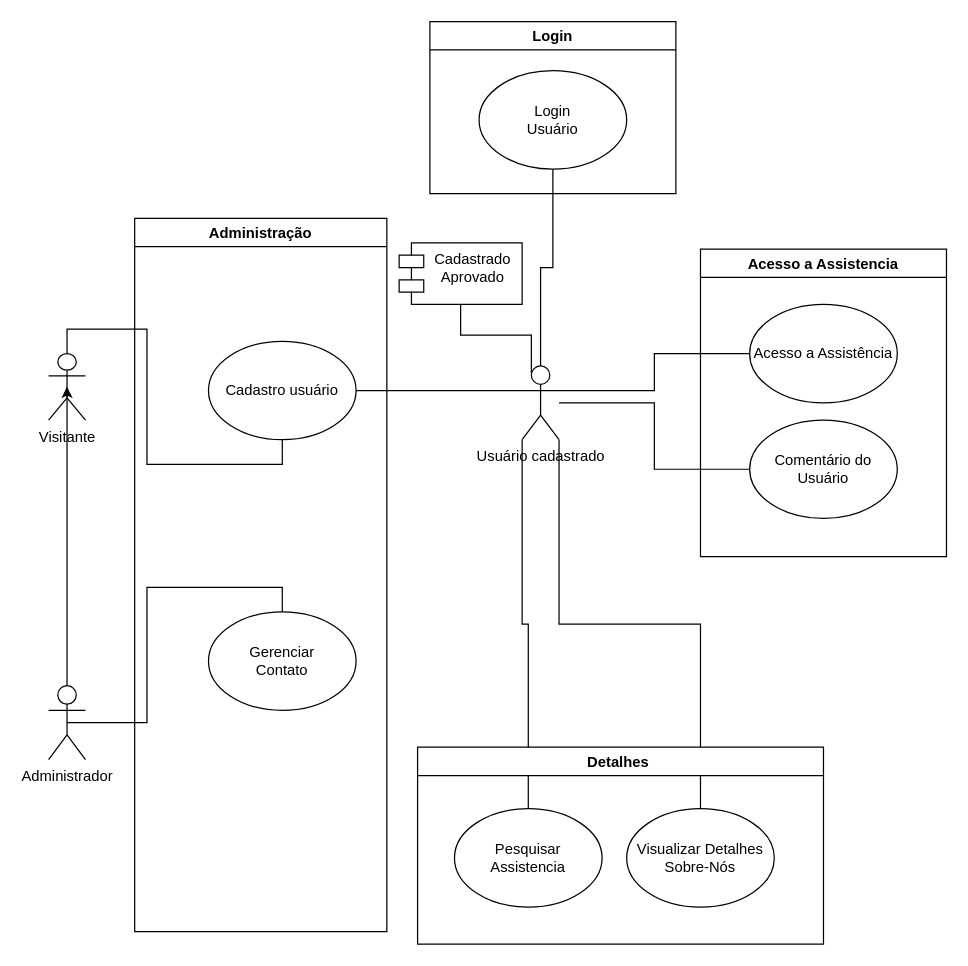
Earlier version of the draw.io diagram page "Página-1" (1 of 3) of Questões/Diagrama sem título.drawio (FlavioCandidoSilva/2020_1_POO). Source tidied: cells renumbered, new cells numbered last; positions are measured from the earlier drawing's top-left corner, leaving out a move shared by most shapes. Both pictures are drawn from the tidied source at 123%, with x=0, y=0 at pixel (48, 21).
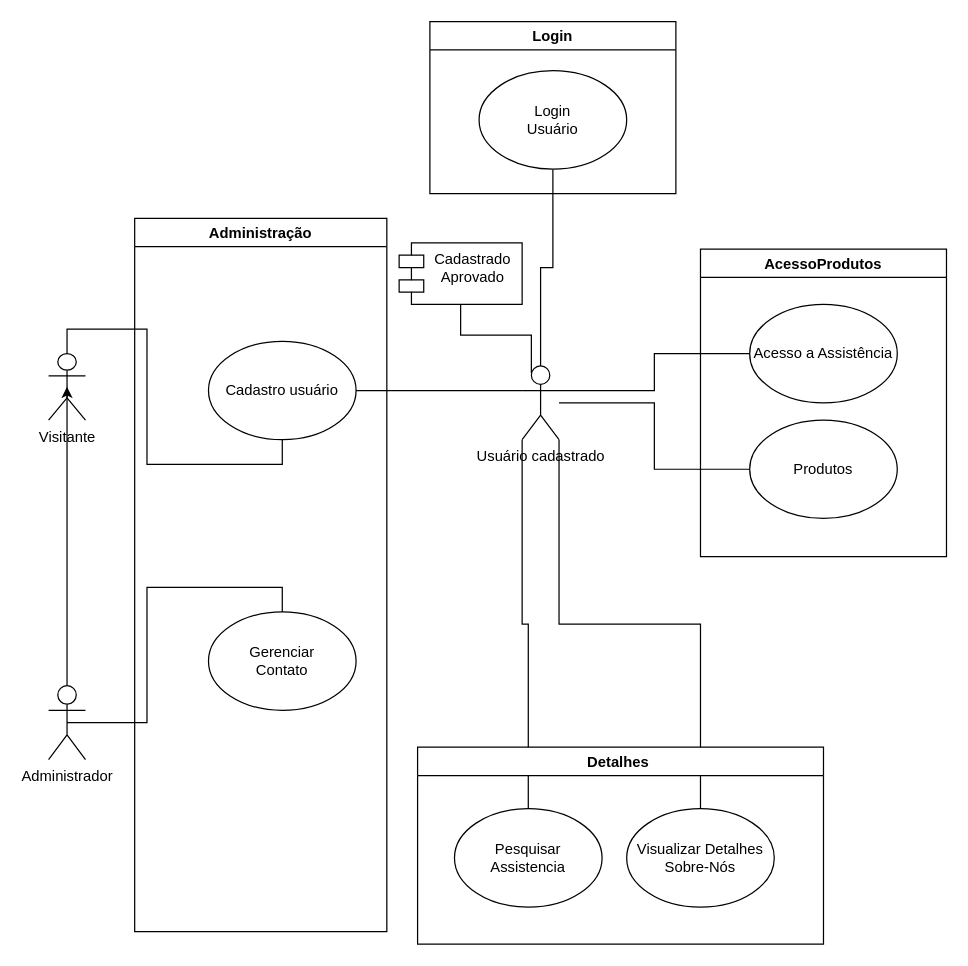
The same diagram, later.

Change to the diagram source:
```diff
@@
-    <mxCell id="16" value="Comentário do Usuário" style="ellipse;whiteSpace=wrap;html=1;" parent="1" vertex="1">
+    <mxCell id="16" value="Produtos" style="ellipse;whiteSpace=wrap;html=1;" parent="1" vertex="1">
       <mxGeometry x="570" y="324" width="120" height="80" as="geometry" />
     </mxCell>
@@
-    <mxCell id="21" value="Acesso a Assistencia" style="swimlane;" parent="1" vertex="1">
+    <mxCell id="21" value="AcessoProdutos" style="swimlane;" parent="1" vertex="1">
       <mxGeometry x="530" y="185" width="200" height="250" as="geometry" />
     </mxCell>
```
